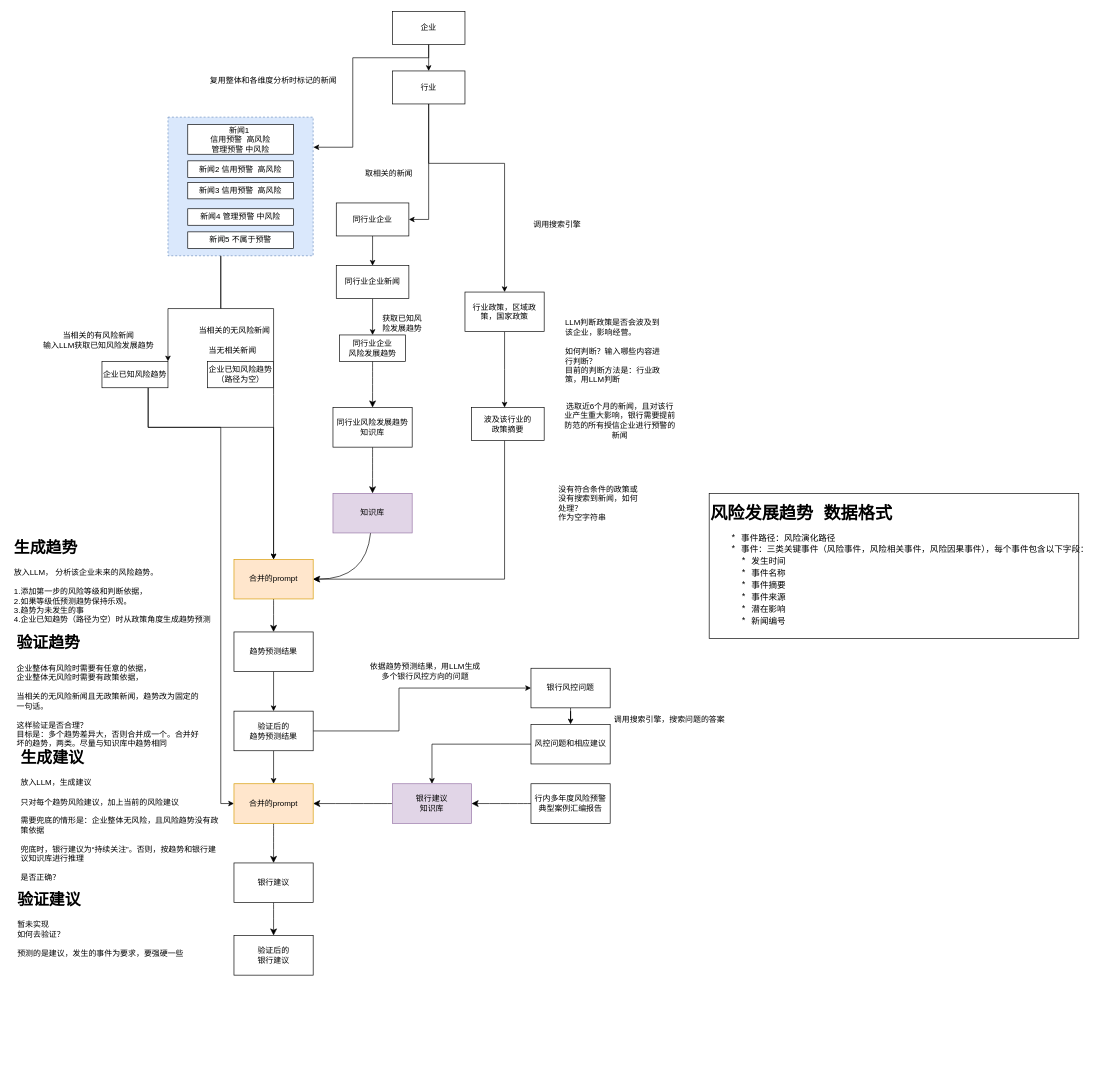
Earlier version of the draw.io diagram page "趋势预测" (1 of 2) of 舆情分析.drawio (brothermaster/draw). Source tidied: cells renumbered, new cells numbered last; positions are measured from the earlier drawing's top-left corner, leaving out a move shared by most shapes. Both pictures are drawn from the tidied source at 66%, with x=0, y=0 at pixel (13, 11).
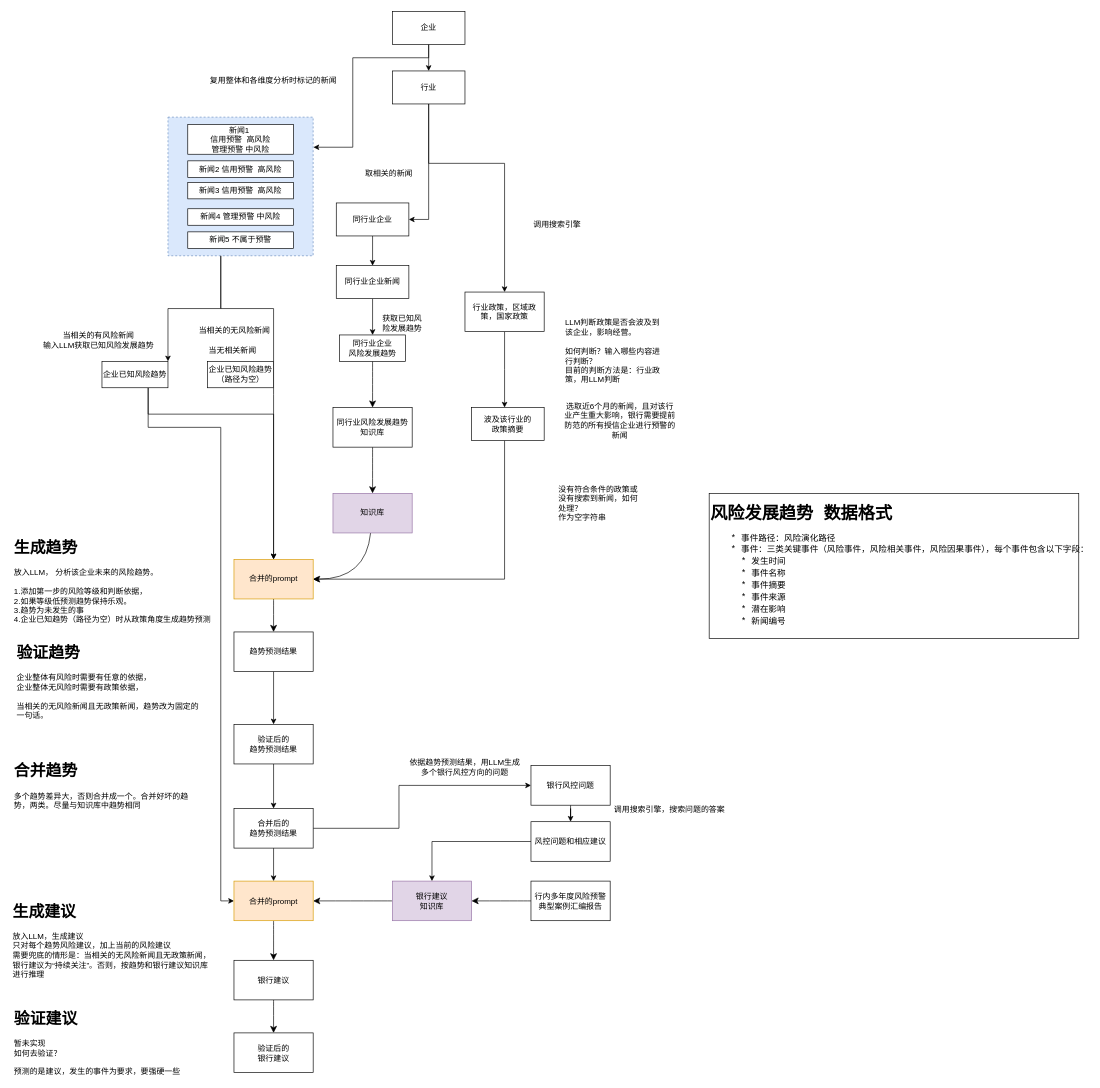
After the change.

The change refers to these unchanged cells:
```xml
<mxCell id="7" value="合并的prompt" style="rounded=0;whiteSpace=wrap;html=1;fillColor=#ffe6cc;strokeColor=#d79b00;" parent="1" vertex="1">
  <mxGeometry x="335" y="830" width="120" height="60" as="geometry" />
</mxCell>
<mxCell id="13" value="企业已知风险趋势" style="rounded=0;whiteSpace=wrap;html=1;" parent="1" vertex="1">
  <mxGeometry x="135" y="530" width="100" height="40" as="geometry" />
</mxCell>
<mxCell id="30" value="趋势预测结果" style="rounded=0;whiteSpace=wrap;html=1;" parent="1" vertex="1">
  <mxGeometry x="335" y="940" width="120" height="60" as="geometry" />
</mxCell>
```

What changed in the source:
```diff
@@
     <mxCell id="10" value="银行建议" style="rounded=0;whiteSpace=wrap;html=1;" parent="1" vertex="1">
-      <mxGeometry x="335" y="1290" width="120" height="60" as="geometry" />
+      <mxGeometry x="335" y="1437.5" width="120" height="60" as="geometry" />
     </mxCell>
     <mxCell id="11" style="edgeStyle=orthogonalEdgeStyle;rounded=0;jettySize=auto;html=1;" parent="1" edge="1" source="13" target="7">
       <mxGeometry relative="1" as="geometry">
         <Array as="points">
-          <mxPoint x="205" y="630" />
-          <mxPoint x="395" y="630" />
+          <mxPoint x="205" y="610" />
+          <mxPoint x="395" y="610" />
         </Array>
       </mxGeometry>
     </mxCell>
     <mxCell id="12" style="edgeStyle=orthogonalEdgeStyle;rounded=0;jettySize=auto;html=1;entryX=0;entryY=0.5;entryDx=0;entryDy=0;" parent="1" edge="1" source="13" target="22">
       <mxGeometry relative="1" as="geometry">
         <Array as="points">
           <mxPoint x="205" y="630" />
           <mxPoint x="315" y="630" />
-          <mxPoint x="315" y="1200" />
+          <mxPoint x="315" y="1348" />
         </Array>
       </mxGeometry>
     </mxCell>
@@
     <mxCell id="15" value="行内多年度风险预警典型案例汇编报告" style="rounded=0;whiteSpace=wrap;html=1;" parent="1" vertex="1">
-      <mxGeometry x="785" y="1170" width="120" height="60" as="geometry" />
+      <mxGeometry x="785" y="1317.5" width="120" height="60" as="geometry" />
     </mxCell>
@@
     <mxCell id="20" value="银行建议&lt;br&gt;知识库" style="rounded=0;whiteSpace=wrap;html=1;fillColor=#e1d5e7;strokeColor=#9673a6;" parent="1" vertex="1">
-      <mxGeometry x="575" y="1170" width="120" height="60" as="geometry" />
+      <mxGeometry x="575" y="1317.5" width="120" height="60" as="geometry" />
     </mxCell>
@@
     <mxCell id="22" value="合并的prompt" style="rounded=0;whiteSpace=wrap;html=1;fillColor=#ffe6cc;strokeColor=#d79b00;" parent="1" vertex="1">
-      <mxGeometry x="335" y="1170" width="120" height="60" as="geometry" />
+      <mxGeometry x="335" y="1317.5" width="120" height="60" as="geometry" />
     </mxCell>
-    <mxCell id="23" value="&lt;h1&gt;生成建议&lt;/h1&gt;&lt;div&gt;放入LLM，生成建议&lt;/div&gt;&lt;div&gt;&lt;br&gt;&lt;/div&gt;&lt;div&gt;只对每个趋势&lt;span style=&quot;background-color: transparent; color: light-dark(rgb(0, 0, 0), rgb(255, 255, 255));&quot;&gt;风险&lt;/span&gt;&lt;span style=&quot;background-color: transparent; color: light-dark(rgb(0, 0, 0), rgb(255, 255, 255));&quot;&gt;建议，加上当前的风险建议&lt;/span&gt;&lt;/div&gt;&lt;div&gt;&lt;br&gt;&lt;/div&gt;&lt;div&gt;需要兜底的情形是：企业整体无风险，且风险趋势没有政策依据&lt;/div&gt;&lt;div&gt;&lt;br&gt;&lt;div&gt;&lt;span style=&quot;background-color: transparent; color: light-dark(rgb(0, 0, 0), rgb(255, 255, 255));&quot;&gt;兜底时，银行&lt;/span&gt;&lt;span style=&quot;background-color: transparent; color: light-dark(rgb(0, 0, 0), rgb(255, 255, 255));&quot;&gt;建议为“持续关注”。否则&lt;/span&gt;，按趋势和银行建议知识库进行推理&lt;/div&gt;&lt;div&gt;&lt;br&gt;&lt;/div&gt;&lt;/div&gt;&lt;div&gt;是否正确？&lt;/div&gt;" style="text;html=1;align=left;verticalAlign=middle;whiteSpace=wrap;rounded=0;" parent="1" vertex="1">
-      <mxGeometry x="10" y="1160" width="310" height="100" as="geometry" />
+    <mxCell id="23" value="&lt;h1&gt;生成建议&lt;/h1&gt;&lt;div&gt;放入LLM，生成建议&lt;/div&gt;&lt;div&gt;只对每个趋势&lt;span style=&quot;background-color: transparent; color: light-dark(rgb(0, 0, 0), rgb(255, 255, 255));&quot;&gt;风险&lt;/span&gt;&lt;span style=&quot;background-color: transparent; color: light-dark(rgb(0, 0, 0), rgb(255, 255, 255));&quot;&gt;建议，加上当前的风险建议&lt;/span&gt;&lt;/div&gt;&lt;div&gt;需要兜底的情形是：&lt;span style=&quot;background-color: transparent; color: light-dark(rgb(0, 0, 0), rgb(255, 255, 255)); text-align: center;&quot;&gt;当相关的无风险&lt;/span&gt;&lt;span style=&quot;background-color: transparent; color: light-dark(rgb(0, 0, 0), rgb(255, 255, 255)); text-align: center;&quot;&gt;新闻&lt;/span&gt;&lt;span style=&quot;background-color: transparent; color: light-dark(rgb(0, 0, 0), rgb(255, 255, 255));&quot;&gt;且无政策新闻，&lt;/span&gt;&lt;span style=&quot;background-color: transparent; color: light-dark(rgb(0, 0, 0), rgb(255, 255, 255));&quot;&gt;银行&lt;/span&gt;&lt;span style=&quot;background-color: transparent; color: light-dark(rgb(0, 0, 0), rgb(255, 255, 255));&quot;&gt;建议为“持续关注”。否则&lt;/span&gt;&lt;span style=&quot;background-color: transparent; color: light-dark(rgb(0, 0, 0), rgb(255, 255, 255));&quot;&gt;，按趋势和银行建议知识库进行推理&lt;/span&gt;&lt;/div&gt;" style="text;html=1;align=left;verticalAlign=middle;whiteSpace=wrap;rounded=0;" parent="1" vertex="1">
+      <mxGeometry x="-2.5" y="1350" width="310" height="100" as="geometry" />
     </mxCell>
@@
     <mxCell id="25" value="银行风控问题" style="rounded=0;whiteSpace=wrap;html=1;" parent="1" vertex="1">
-      <mxGeometry x="785" y="995" width="120" height="60" as="geometry" />
+      <mxGeometry x="785" y="1142.5" width="120" height="60" as="geometry" />
     </mxCell>
@@
-    <mxCell id="28" value="&lt;div style=&quot;&quot;&gt;&lt;h1 style=&quot;text-align: left;&quot;&gt;&lt;span style=&quot;background-color: transparent; color: light-dark(rgb(0, 0, 0), rgb(255, 255, 255));&quot;&gt;验证趋势&lt;/span&gt;&lt;/h1&gt;&lt;div style=&quot;text-align: left;&quot;&gt;&lt;span style=&quot;background-color: transparent; color: light-dark(rgb(0, 0, 0), rgb(255, 255, 255));&quot;&gt;企业整体有风险时需要有任意的依据，&lt;/span&gt;&lt;/div&gt;&lt;div style=&quot;text-align: left;&quot;&gt;&lt;span style=&quot;background-color: transparent; color: light-dark(rgb(0, 0, 0), rgb(255, 255, 255));&quot;&gt;企业整体无风险时需要有政策依据，&lt;/span&gt;&lt;/div&gt;&lt;div style=&quot;text-align: left;&quot;&gt;&lt;br&gt;&lt;/div&gt;&lt;/div&gt;&lt;div style=&quot;text-align: left;&quot;&gt;&lt;span style=&quot;background-color: transparent; color: light-dark(rgb(0, 0, 0), rgb(255, 255, 255)); text-align: center;&quot;&gt;当相关的无风险&lt;/span&gt;&lt;span style=&quot;background-color: transparent; color: light-dark(rgb(0, 0, 0), rgb(255, 255, 255)); text-align: center;&quot;&gt;新闻&lt;/span&gt;且无政策新闻，趋势改为&lt;span style=&quot;background-color: transparent; color: light-dark(rgb(0, 0, 0), rgb(255, 255, 255));&quot;&gt;固定的一句话。&lt;/span&gt;&lt;/div&gt;&lt;div style=&quot;text-align: left;&quot;&gt;&lt;span style=&quot;background-color: transparent; color: light-dark(rgb(0, 0, 0), rgb(255, 255, 255));&quot;&gt;&lt;br&gt;&lt;/span&gt;&lt;/div&gt;&lt;div style=&quot;text-align: left;&quot;&gt;&lt;span style=&quot;background-color: transparent; color: light-dark(rgb(0, 0, 0), rgb(255, 255, 255));&quot;&gt;这样验证是否合理？&lt;/span&gt;&lt;/div&gt;&lt;div style=&quot;text-align: left;&quot;&gt;目标是：多个趋势差异大，否则合并成一个。合并好坏的趋势，两类。尽量与知识库中趋势相同&lt;/div&gt;" style="text;html=1;align=center;verticalAlign=middle;whiteSpace=wrap;rounded=0;" parent="1" vertex="1">
+    <mxCell id="28" value="&lt;div style=&quot;&quot;&gt;&lt;h1 style=&quot;text-align: left;&quot;&gt;&lt;span style=&quot;background-color: transparent; color: light-dark(rgb(0, 0, 0), rgb(255, 255, 255));&quot;&gt;验证趋势&lt;/span&gt;&lt;/h1&gt;&lt;div style=&quot;text-align: left;&quot;&gt;&lt;span style=&quot;background-color: transparent; color: light-dark(rgb(0, 0, 0), rgb(255, 255, 255));&quot;&gt;企业整体有风险时需要有任意的依据，&lt;/span&gt;&lt;/div&gt;&lt;div style=&quot;text-align: left;&quot;&gt;&lt;span style=&quot;background-color: transparent; color: light-dark(rgb(0, 0, 0), rgb(255, 255, 255));&quot;&gt;企业整体无风险时需要有政策依据，&lt;/span&gt;&lt;/div&gt;&lt;div style=&quot;text-align: left;&quot;&gt;&lt;br&gt;&lt;/div&gt;&lt;/div&gt;&lt;div style=&quot;text-align: left;&quot;&gt;&lt;span style=&quot;background-color: transparent; color: light-dark(rgb(0, 0, 0), rgb(255, 255, 255)); text-align: center;&quot;&gt;当相关的无风险&lt;/span&gt;&lt;span style=&quot;background-color: transparent; color: light-dark(rgb(0, 0, 0), rgb(255, 255, 255)); text-align: center;&quot;&gt;新闻&lt;/span&gt;且无政策新闻，趋势改为&lt;span style=&quot;background-color: transparent; color: light-dark(rgb(0, 0, 0), rgb(255, 255, 255));&quot;&gt;固定的一句话。&lt;/span&gt;&lt;/div&gt;&lt;div style=&quot;text-align: left;&quot;&gt;&lt;span style=&quot;background-color: transparent; color: light-dark(rgb(0, 0, 0), rgb(255, 255, 255));&quot;&gt;&lt;br&gt;&lt;/span&gt;&lt;/div&gt;&lt;div style=&quot;text-align: left;&quot;&gt;&lt;br&gt;&lt;/div&gt;" style="text;html=1;align=center;verticalAlign=middle;whiteSpace=wrap;rounded=0;" parent="1" vertex="1">
       <mxGeometry x="5" y="933.8" width="280" height="176.2" as="geometry" />
     </mxCell>
-    <mxCell id="29" style="edgeStyle=orthogonalEdgeStyle;rounded=0;jettySize=auto;html=1;" parent="1" edge="1" source="30" target="52">
-      <mxGeometry relative="1" as="geometry" />
-    </mxCell>
+    <mxCell id="72" style="edgeStyle=orthogonalEdgeStyle;rounded=0;jettySize=auto;html=1;" parent="1" edge="1" source="30" target="74">
+      <mxGeometry relative="1" as="geometry" />
+    </mxCell>
@@
     <mxCell id="31" value="验证后的&lt;br&gt;银行建议" style="rounded=0;whiteSpace=wrap;html=1;" parent="1" vertex="1">
-      <mxGeometry x="335" y="1400" width="120" height="60" as="geometry" />
+      <mxGeometry x="335" y="1547.5" width="120" height="60" as="geometry" />
     </mxCell>
     <mxCell id="32" value="&lt;h1&gt;&lt;span style=&quot;&quot;&gt;验证建议&lt;/span&gt;&lt;/h1&gt;暂未实现&lt;br&gt;&lt;div&gt;&lt;span style=&quot;&quot;&gt;如何去验证？&lt;br&gt;&lt;br&gt;&lt;/span&gt;&lt;/div&gt;&lt;div&gt;预测的是建议，发生的事件为要求，要强硬一些&lt;/div&gt;" style="text;html=1;align=left;verticalAlign=middle;whiteSpace=wrap;rounded=0;" parent="1" vertex="1">
-      <mxGeometry x="5" y="1330" width="275" height="90" as="geometry" />
+      <mxGeometry y="1510" width="275" height="90" as="geometry" />
     </mxCell>
@@
     <mxCell id="51" style="edgeStyle=orthogonalEdgeStyle;rounded=0;jettySize=auto;html=1;entryX=0;entryY=0.5;entryDx=0;entryDy=0;" parent="1" edge="1" source="52" target="25">
       <mxGeometry relative="1" as="geometry">
         <Array as="points">
-          <mxPoint x="585" y="1090" />
-          <mxPoint x="585" y="1025" />
+          <mxPoint x="585" y="1237.5" />
+          <mxPoint x="585" y="1172.5" />
         </Array>
       </mxGeometry>
     </mxCell>
-    <mxCell id="52" value="验证后的&lt;br&gt;趋势预测结果" style="rounded=0;whiteSpace=wrap;html=1;" parent="1" vertex="1">
-      <mxGeometry x="335" y="1060" width="120" height="60" as="geometry" />
+    <mxCell id="52" value="合并后的&lt;br&gt;趋势预测结果" style="rounded=0;whiteSpace=wrap;html=1;" parent="1" vertex="1">
+      <mxGeometry x="335" y="1207.5" width="120" height="60" as="geometry" />
     </mxCell>
@@
     <mxCell id="56" value="依据趋势预测结果，用LLM生成多个银行风控方向的问题" style="text;html=1;align=center;verticalAlign=middle;whiteSpace=wrap;rounded=0;" parent="1" vertex="1">
-      <mxGeometry x="535" y="985" width="180" height="30" as="geometry" />
+      <mxGeometry x="595" y="1130" width="180" height="30" as="geometry" />
     </mxCell>
@@
     <mxCell id="58" value="风控问题和相应建议" style="rounded=0;whiteSpace=wrap;html=1;" parent="1" vertex="1">
-      <mxGeometry x="785" y="1080" width="120" height="60" as="geometry" />
+      <mxGeometry x="785" y="1227.5" width="120" height="60" as="geometry" />
     </mxCell>
     <mxCell id="59" value="调用搜索引擎，搜索问题的答案" style="text;html=1;align=center;verticalAlign=middle;whiteSpace=wrap;rounded=0;" parent="1" vertex="1">
-      <mxGeometry x="905" y="1050" width="180" height="45" as="geometry" />
+      <mxGeometry x="905" y="1187.5" width="180" height="45" as="geometry" />
     </mxCell>
@@
+    <mxCell id="73" style="edgeStyle=orthogonalEdgeStyle;rounded=0;jettySize=auto;html=1;entryX=0.5;entryY=0;entryDx=0;entryDy=0;" parent="1" edge="1" source="74" target="52">
+      <mxGeometry relative="1" as="geometry" />
+    </mxCell>
+    <mxCell id="74" value="验证后的&lt;br&gt;趋势预测结果" style="rounded=0;whiteSpace=wrap;html=1;" parent="1" vertex="1">
+      <mxGeometry x="335" y="1080" width="120" height="60" as="geometry" />
+    </mxCell>
+    <mxCell id="75" value="&lt;h1 style=&quot;margin-top: 0px;&quot;&gt;合并趋势&lt;/h1&gt;&lt;p&gt;多个趋势差异大，否则合并成一个。合并好坏的趋势，两类。尽量与知识库中趋势相同&lt;/p&gt;" style="text;html=1;whiteSpace=wrap;overflow=hidden;rounded=0;" parent="1" vertex="1">
+      <mxGeometry y="1130" width="275" height="110" as="geometry" />
+    </mxCell>
```
